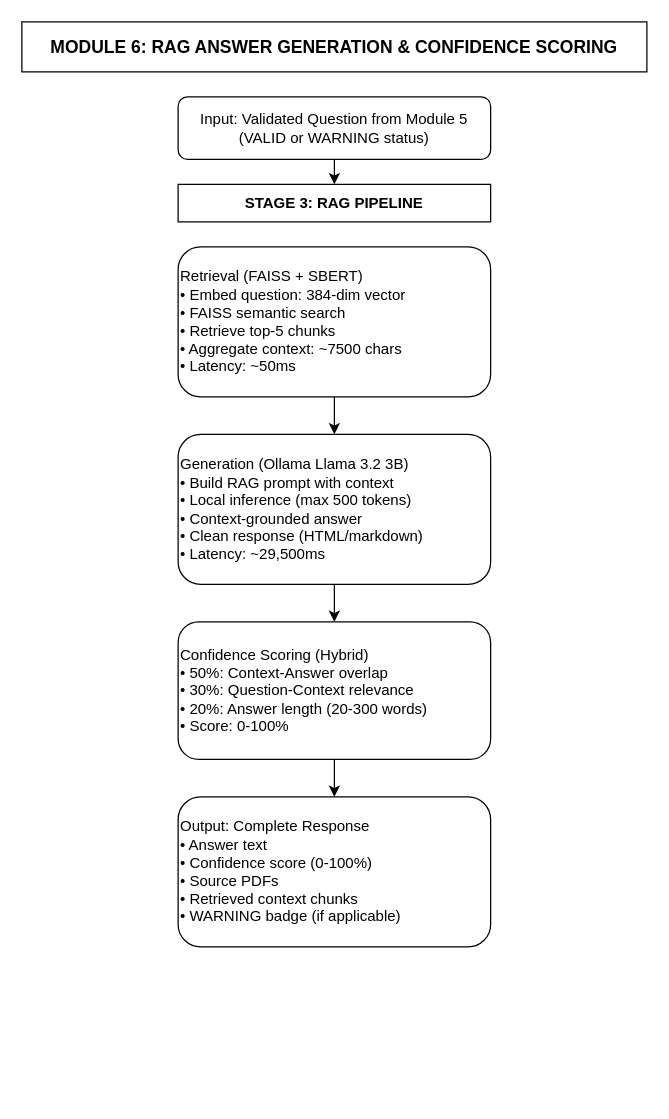
Before: architecture/module6_rag.drawio in Rajalakshmi2110/academic_system, a draw.io diagram. Source tidied: cells renumbered, new cells numbered last; positions are measured from the earlier drawing's top-left corner, leaving out a move shared by most shapes. Both pictures are drawn from the tidied source at 125%, with x=0, y=0 at pixel (21, 21).
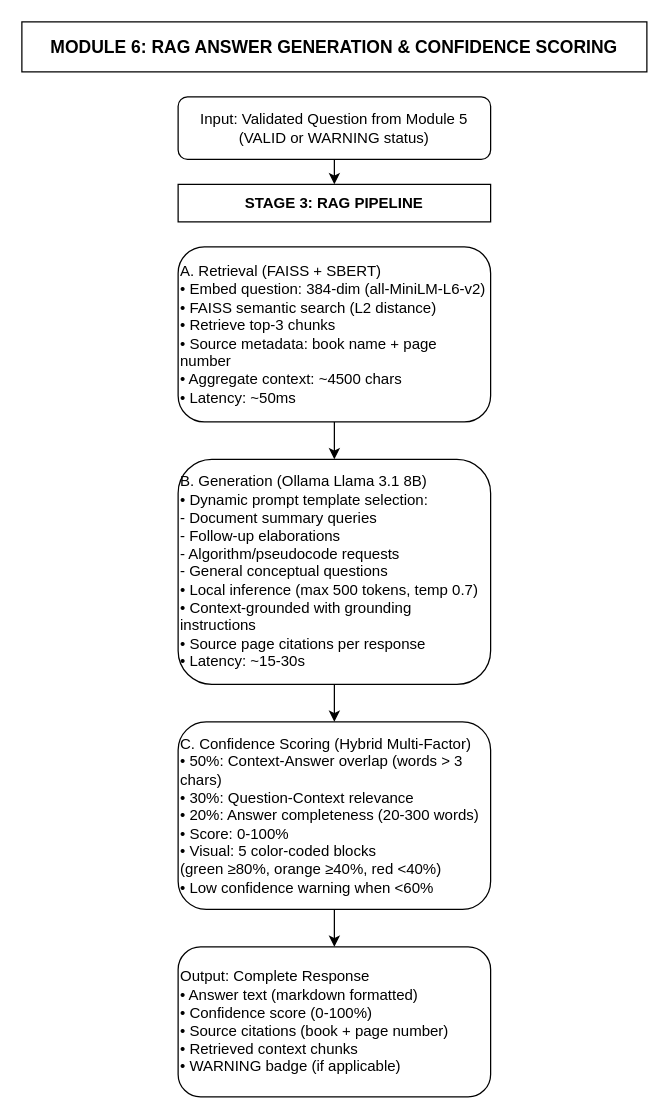
The same diagram, later.

Commit message (it also covers changes not shown here):
fix: update confidence thresholds - orange >=40%, red <40% (was 60%)

The edit, as a diff of the source:
```diff
@@
 <mxGraphModel>
   <root>
     <mxCell id="0" />
     <mxCell id="1" parent="0" />
     <mxCell id="2" value="MODULE 6: RAG ANSWER GENERATION &amp; CONFIDENCE SCORING" style="rounded=0;whiteSpace=wrap;html=1;fontStyle=1;fontSize=14;" parent="1" vertex="1">
       <mxGeometry width="500" height="40" as="geometry" />
     </mxCell>
     <mxCell id="3" value="Input: Validated Question from Module 5&lt;br&gt;(VALID or WARNING status)" style="rounded=1;whiteSpace=wrap;html=1;" parent="1" vertex="1">
       <mxGeometry x="125" y="60" width="250" height="50" as="geometry" />
     </mxCell>
     <mxCell id="4" value="STAGE 3: RAG PIPELINE" style="rounded=0;whiteSpace=wrap;html=1;fontStyle=1;fontSize=12;" parent="1" vertex="1">
       <mxGeometry x="125" y="130" width="250" height="30" as="geometry" />
     </mxCell>
-    <mxCell id="5" value="Retrieval (FAISS + SBERT)&lt;br&gt;• Embed question: 384-dim vector&lt;br&gt;• FAISS semantic search&lt;br&gt;• Retrieve top-5 chunks&lt;br&gt;• Aggregate context: ~7500 chars&lt;br&gt;• Latency: ~50ms" style="rounded=1;whiteSpace=wrap;html=1;align=left;" parent="1" vertex="1">
-      <mxGeometry x="125" y="180" width="250" height="120" as="geometry" />
+    <mxCell id="5" value="A. Retrieval (FAISS + SBERT)&lt;br&gt;• Embed question: 384-dim (all-MiniLM-L6-v2)&lt;br&gt;• FAISS semantic search (L2 distance)&lt;br&gt;• Retrieve top-3 chunks&lt;br&gt;• Source metadata: book name + page number&lt;br&gt;• Aggregate context: ~4500 chars&lt;br&gt;• Latency: ~50ms" style="rounded=1;whiteSpace=wrap;html=1;align=left;" parent="1" vertex="1">
+      <mxGeometry x="125" y="180" width="250" height="140" as="geometry" />
     </mxCell>
-    <mxCell id="6" value="Generation (Ollama Llama 3.2 3B)&lt;br&gt;• Build RAG prompt with context&lt;br&gt;• Local inference (max 500 tokens)&lt;br&gt;• Context-grounded answer&lt;br&gt;• Clean response (HTML/markdown)&lt;br&gt;• Latency: ~29,500ms" style="rounded=1;whiteSpace=wrap;html=1;align=left;" parent="1" vertex="1">
-      <mxGeometry x="125" y="330" width="250" height="120" as="geometry" />
+    <mxCell id="6" value="B. Generation (Ollama Llama 3.1 8B)&lt;br&gt;• Dynamic prompt template selection:&lt;br&gt;  - Document summary queries&lt;br&gt;  - Follow-up elaborations&lt;br&gt;  - Algorithm/pseudocode requests&lt;br&gt;  - General conceptual questions&lt;br&gt;• Local inference (max 500 tokens, temp 0.7)&lt;br&gt;• Context-grounded with grounding instructions&lt;br&gt;• Source page citations per response&lt;br&gt;• Latency: ~15-30s" style="rounded=1;whiteSpace=wrap;html=1;align=left;" parent="1" vertex="1">
+      <mxGeometry x="125" y="350" width="250" height="180" as="geometry" />
     </mxCell>
-    <mxCell id="7" value="Confidence Scoring (Hybrid)&lt;br&gt;• 50%: Context-Answer overlap&lt;br&gt;• 30%: Question-Context relevance&lt;br&gt;• 20%: Answer length (20-300 words)&lt;br&gt;• Score: 0-100%" style="rounded=1;whiteSpace=wrap;html=1;align=left;" parent="1" vertex="1">
-      <mxGeometry x="125" y="480" width="250" height="110" as="geometry" />
+    <mxCell id="7" value="C. Confidence Scoring (Hybrid Multi-Factor)&lt;br&gt;• 50%: Context-Answer overlap (words &gt; 3 chars)&lt;br&gt;• 30%: Question-Context relevance&lt;br&gt;• 20%: Answer completeness (20-300 words)&lt;br&gt;• Score: 0-100%&lt;br&gt;• Visual: 5 color-coded blocks&lt;br&gt;  (green ≥80%, orange ≥40%, red &lt;40%)&lt;br&gt;• Low confidence warning when &lt;60%" style="rounded=1;whiteSpace=wrap;html=1;align=left;" parent="1" vertex="1">
+      <mxGeometry x="125" y="560" width="250" height="150" as="geometry" />
     </mxCell>
-    <mxCell id="8" value="Output: Complete Response&lt;br&gt;• Answer text&lt;br&gt;• Confidence score (0-100%)&lt;br&gt;• Source PDFs&lt;br&gt;• Retrieved context chunks&lt;br&gt;• WARNING badge (if applicable)" style="rounded=1;whiteSpace=wrap;html=1;align=left;" parent="1" vertex="1">
-      <mxGeometry x="125" y="620" width="250" height="120" as="geometry" />
+    <mxCell id="8" value="Output: Complete Response&lt;br&gt;• Answer text (markdown formatted)&lt;br&gt;• Confidence score (0-100%)&lt;br&gt;• Source citations (book + page number)&lt;br&gt;• Retrieved context chunks&lt;br&gt;• WARNING badge (if applicable)" style="rounded=1;whiteSpace=wrap;html=1;align=left;" parent="1" vertex="1">
+      <mxGeometry x="125" y="740" width="250" height="120" as="geometry" />
     </mxCell>
     <mxCell id="9" style="edgeStyle=orthogonalEdgeStyle;rounded=0;jettySize=auto;html=1;" parent="1" edge="1" source="3">
       <mxGeometry relative="1" as="geometry">
         <mxPoint x="250" y="130" as="targetPoint" />
       </mxGeometry>
     </mxCell>
     <mxCell id="10" style="edgeStyle=orthogonalEdgeStyle;rounded=0;jettySize=auto;html=1;" parent="1" edge="1" source="5" target="6">
       <mxGeometry relative="1" as="geometry" />
     </mxCell>
     <mxCell id="11" style="edgeStyle=orthogonalEdgeStyle;rounded=0;jettySize=auto;html=1;" parent="1" edge="1" source="6" target="7">
       <mxGeometry relative="1" as="geometry" />
     </mxCell>
     <mxCell id="12" style="edgeStyle=orthogonalEdgeStyle;rounded=0;jettySize=auto;html=1;" parent="1" edge="1" source="7" target="8">
       <mxGeometry relative="1" as="geometry" />
     </mxCell>
   </root>
 </mxGraphModel>
```
